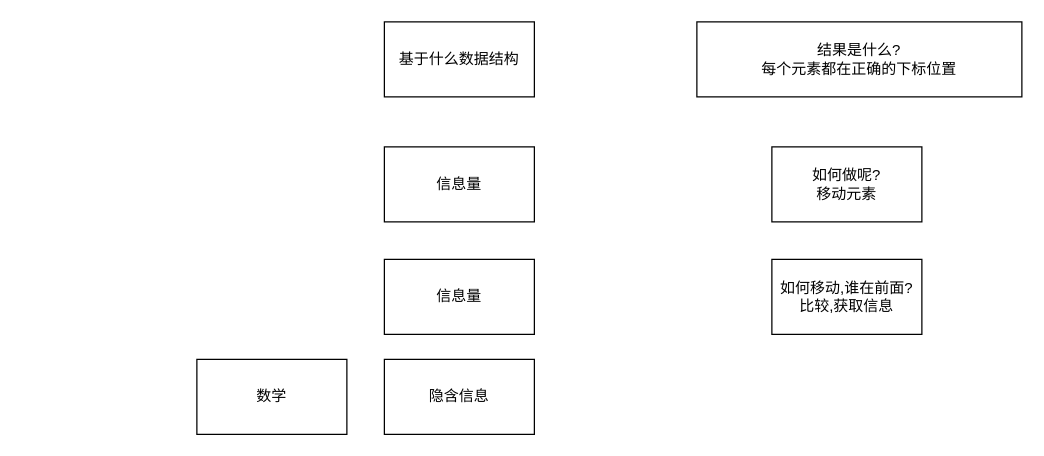
The draw.io diagram 算法.drawio in idbanfan/drawio, before the edit. Source tidied: cells renumbered, new cells numbered last; positions are measured from the earlier drawing's top-left corner, leaving out a move shared by most shapes. Both pictures are drawn from the tidied source at 125%, with x=0, y=0 at pixel (196, 21).
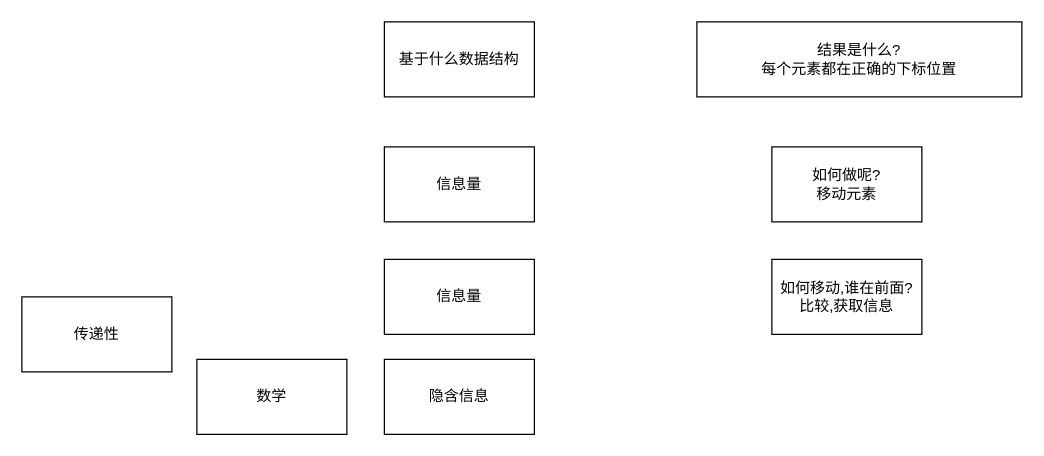
After the change.

Diff of the diagram source:
```diff
@@
 <mxGraphModel>
   <root>
     <mxCell id="0" />
     <mxCell id="1" parent="0" />
     <mxCell id="2" value="基于什么数据结构" style="rounded=0;whiteSpace=wrap;html=1;" parent="1" vertex="1">
       <mxGeometry x="150" width="120" height="60" as="geometry" />
     </mxCell>
     <mxCell id="3" value="信息量" style="rounded=0;whiteSpace=wrap;html=1;" parent="1" vertex="1">
       <mxGeometry x="150" y="100" width="120" height="60" as="geometry" />
     </mxCell>
     <mxCell id="4" value="信息量" style="rounded=0;whiteSpace=wrap;html=1;" parent="1" vertex="1">
       <mxGeometry x="150" y="190" width="120" height="60" as="geometry" />
     </mxCell>
     <mxCell id="5" value="结果是什么?&lt;br&gt;每个元素都在正确的下标位置" style="rounded=0;whiteSpace=wrap;html=1;" parent="1" vertex="1">
       <mxGeometry x="400" width="260" height="60" as="geometry" />
     </mxCell>
     <mxCell id="6" value="如何做呢?&lt;br&gt;移动元素" style="rounded=0;whiteSpace=wrap;html=1;" parent="1" vertex="1">
       <mxGeometry x="460" y="100" width="120" height="60" as="geometry" />
     </mxCell>
     <mxCell id="7" value="如何移动,谁在前面?&lt;br&gt;比较,获取信息" style="rounded=0;whiteSpace=wrap;html=1;" parent="1" vertex="1">
       <mxGeometry x="460" y="190" width="120" height="60" as="geometry" />
     </mxCell>
     <mxCell id="8" value="隐含信息" style="rounded=0;whiteSpace=wrap;html=1;" parent="1" vertex="1">
       <mxGeometry x="150" y="270" width="120" height="60" as="geometry" />
     </mxCell>
     <mxCell id="9" value="数学" style="rounded=0;whiteSpace=wrap;html=1;" parent="1" vertex="1">
       <mxGeometry y="270" width="120" height="60" as="geometry" />
     </mxCell>
+    <mxCell id="10" value="传递性" style="rounded=0;whiteSpace=wrap;html=1;" parent="1" vertex="1">
+      <mxGeometry x="-140" y="220" width="120" height="60" as="geometry" />
+    </mxCell>
   </root>
 </mxGraphModel>
```
